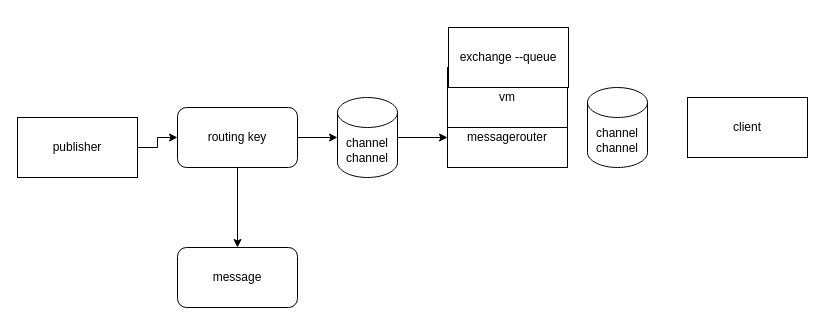
Before: Untitled Diagram.drawio in linerhome/-1, a draw.io diagram. Source tidied: cells renumbered, new cells numbered last; positions are measured from the earlier drawing's top-left corner, leaving out a move shared by most shapes. Both pictures are drawn from the tidied source at 100%, with x=0, y=0 at pixel (17, 27).
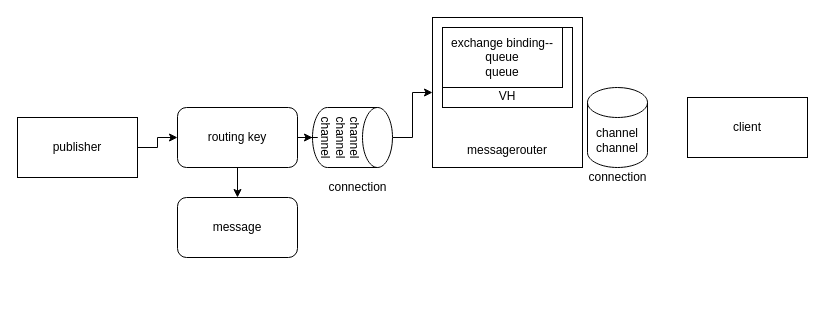
The same page after the edit.

Diff of the diagram source:
```diff
@@
 <mxGraphModel>
   <root>
     <mxCell id="0" />
     <mxCell id="1" parent="0" />
     <mxCell id="2" style="edgeStyle=orthogonalEdgeStyle;rounded=0;jettySize=auto;html=1;" parent="1" edge="1" source="3" target="8">
       <mxGeometry relative="1" as="geometry" />
     </mxCell>
     <mxCell id="3" value="publisher" style="rounded=0;whiteSpace=wrap;html=1;" parent="1" vertex="1">
       <mxGeometry y="90" width="120" height="60" as="geometry" />
     </mxCell>
     <mxCell id="4" style="edgeStyle=orthogonalEdgeStyle;rounded=0;jettySize=auto;html=1;" parent="1" edge="1" source="5" target="10">
       <mxGeometry relative="1" as="geometry" />
     </mxCell>
-    <mxCell id="5" value="channel&lt;br&gt;channel" style="shape=cylinder3;whiteSpace=wrap;html=1;boundedLbl=1;backgroundOutline=1;size=15;" parent="1" vertex="1">
-      <mxGeometry x="320" y="70" width="60" height="80" as="geometry" />
+    <mxCell id="5" value="channel&lt;br&gt;channel&lt;br&gt;channel" style="shape=cylinder3;whiteSpace=wrap;html=1;boundedLbl=1;backgroundOutline=1;size=15;rotation=90;" parent="1" vertex="1">
+      <mxGeometry x="305" y="70" width="60" height="80" as="geometry" />
     </mxCell>
     <mxCell id="6" style="edgeStyle=orthogonalEdgeStyle;rounded=0;jettySize=auto;html=1;" parent="1" edge="1" source="8" target="9">
       <mxGeometry relative="1" as="geometry" />
     </mxCell>
     <mxCell id="7" style="edgeStyle=orthogonalEdgeStyle;rounded=0;jettySize=auto;html=1;" parent="1" edge="1" source="8" target="5">
       <mxGeometry relative="1" as="geometry" />
     </mxCell>
     <mxCell id="8" value="routing key" style="rounded=1;whiteSpace=wrap;html=1;" parent="1" vertex="1">
       <mxGeometry x="160" y="80" width="120" height="60" as="geometry" />
     </mxCell>
     <mxCell id="9" value="message" style="rounded=1;whiteSpace=wrap;html=1;" parent="1" vertex="1">
-      <mxGeometry x="160" y="220" width="120" height="60" as="geometry" />
+      <mxGeometry x="160" y="170" width="120" height="60" as="geometry" />
     </mxCell>
-    <mxCell id="10" value="messagerouter" style="whiteSpace=wrap;html=1;" parent="1" vertex="1">
-      <mxGeometry x="430" y="80" width="120" height="60" as="geometry" />
+    <mxCell id="10" value="&lt;br&gt;&lt;br&gt;&lt;br&gt;&lt;br&gt;&lt;br&gt;&lt;br&gt;&lt;br&gt;&lt;br&gt;messagerouter" style="whiteSpace=wrap;html=1;" parent="1" vertex="1">
+      <mxGeometry x="415" y="-10" width="150" height="150" as="geometry" />
     </mxCell>
-    <mxCell id="11" value="vm" style="rounded=0;whiteSpace=wrap;html=1;" parent="1" vertex="1">
-      <mxGeometry x="430" y="40" width="120" height="60" as="geometry" />
+    <mxCell id="11" value="&lt;br&gt;&lt;br&gt;&lt;br&gt;&lt;br&gt;VH" style="rounded=0;whiteSpace=wrap;html=1;" parent="1" vertex="1">
+      <mxGeometry x="425" width="130" height="80" as="geometry" />
     </mxCell>
-    <mxCell id="12" value="exchange --queue" style="rounded=0;whiteSpace=wrap;html=1;" parent="1" vertex="1">
-      <mxGeometry x="431" width="120" height="60" as="geometry" />
+    <mxCell id="12" value="exchange binding--queue&lt;br&gt;queue" style="rounded=0;whiteSpace=wrap;html=1;" parent="1" vertex="1">
+      <mxGeometry x="425" width="120" height="60" as="geometry" />
     </mxCell>
     <mxCell id="13" value="channel&lt;br&gt;channel" style="shape=cylinder3;whiteSpace=wrap;html=1;boundedLbl=1;backgroundOutline=1;size=15;" parent="1" vertex="1">
       <mxGeometry x="570" y="60" width="60" height="80" as="geometry" />
     </mxCell>
     <mxCell id="14" value="client" style="rounded=0;whiteSpace=wrap;html=1;" parent="1" vertex="1">
       <mxGeometry x="670" y="70" width="120" height="60" as="geometry" />
     </mxCell>
+    <mxCell id="15" value="connection" style="text;html=1;align=center;verticalAlign=middle;strokeColor=none;fillColor=none;" parent="1" vertex="1">
+      <mxGeometry x="305" y="150" width="70" height="20" as="geometry" />
+    </mxCell>
+    <mxCell id="16" value="connection" style="text;html=1;align=center;verticalAlign=middle;strokeColor=none;fillColor=none;" parent="1" vertex="1">
+      <mxGeometry x="565" y="140" width="70" height="20" as="geometry" />
+    </mxCell>
   </root>
 </mxGraphModel>
```
